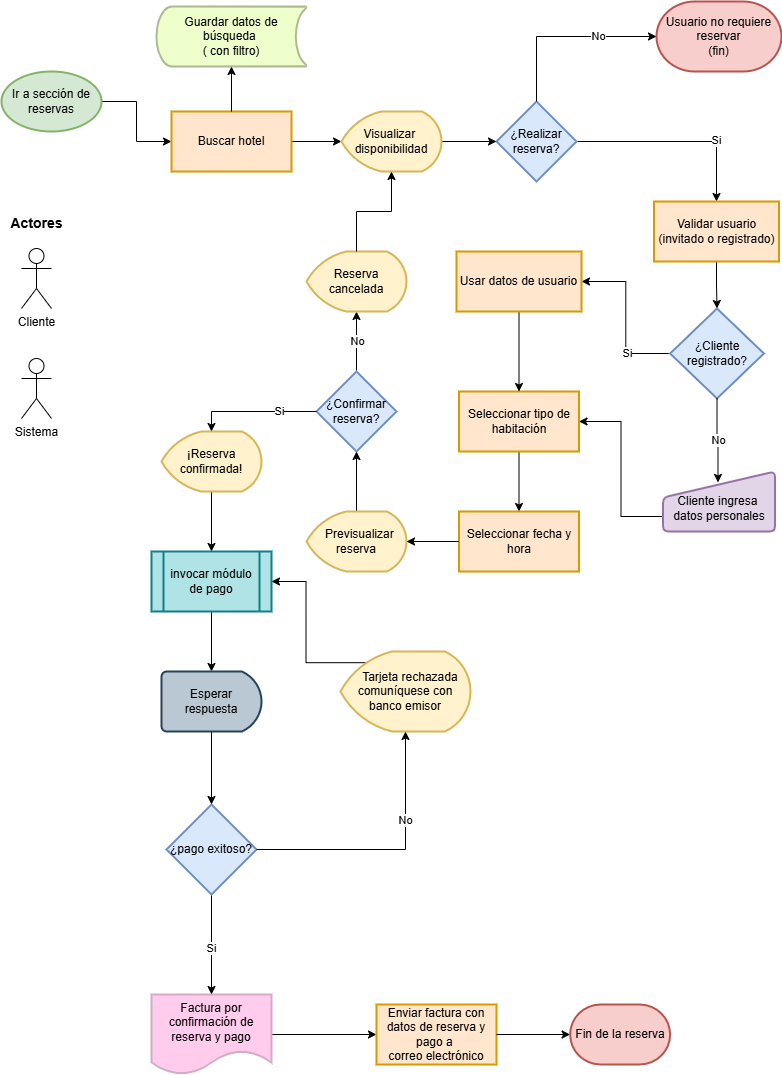
This is Flujograma de reserva de habitación.png from DjGuetta/App-Hotel-Management, a draw.io export, as it was before one commit. Source tidied: cells renumbered, new cells last; positions are measured from the earlier drawing's top-left corner, leaving out a move shared by most shapes.
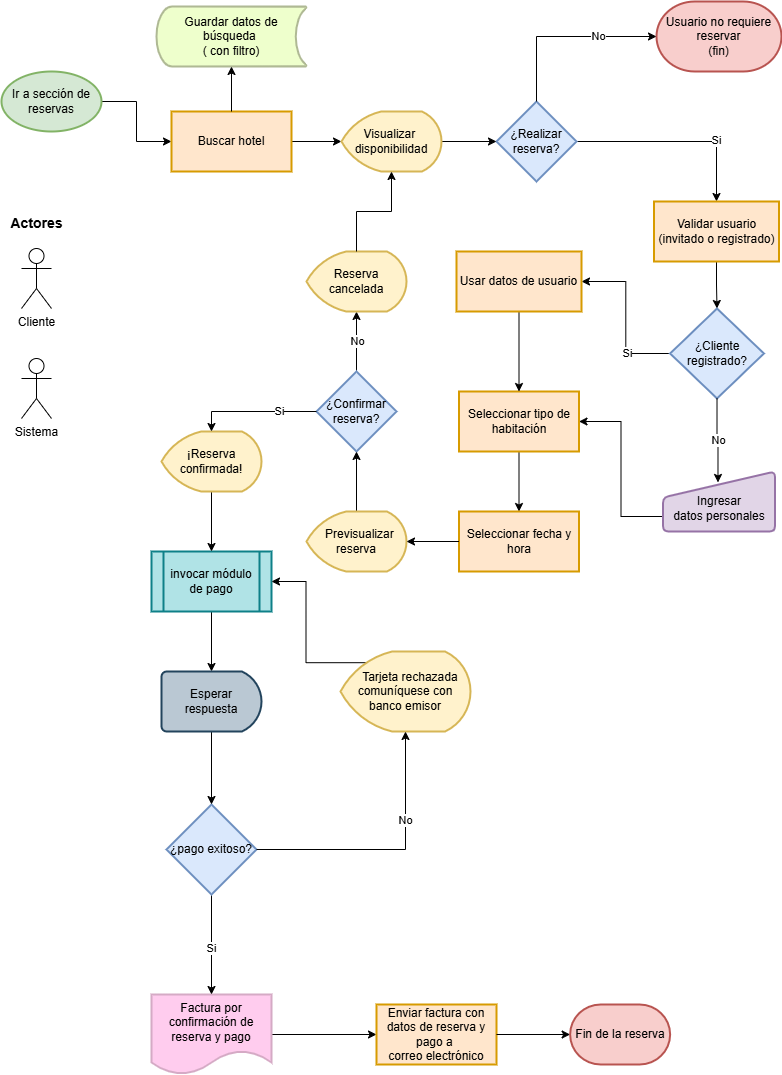
The same file after the commit.

Commit message:
Corrección de descripción

Change to the diagram source:
```diff
@@ -188,7 +188,7 @@
     <mxCell id="59" value="Esperar respuesta" style="strokeWidth=2;html=1;shape=mxgraph.flowchart.delay;whiteSpace=wrap;fillColor=#bac8d3;strokeColor=#23445d;" parent="1" vertex="1">
       <mxGeometry x="160" y="670" width="100" height="60" as="geometry" />
     </mxCell>
-    <mxCell id="60" value="&amp;nbsp;&lt;div&gt;Cliente ingresa&amp;nbsp;&lt;div&gt;datos personales&lt;/div&gt;&lt;/div&gt;" style="html=1;strokeWidth=2;shape=manualInput;whiteSpace=wrap;rounded=1;size=26;arcSize=11;fillColor=#e1d5e7;strokeColor=#9673a6;" parent="1" vertex="1">
+    <mxCell id="60" value="&amp;nbsp;&lt;div&gt;Ingresar&lt;div&gt;datos personales&lt;/div&gt;&lt;/div&gt;" style="html=1;strokeWidth=2;shape=manualInput;whiteSpace=wrap;rounded=1;size=26;arcSize=11;fillColor=#e1d5e7;strokeColor=#9673a6;" parent="1" vertex="1">
       <mxGeometry x="661.5" y="470" width="112" height="60" as="geometry" />
     </mxCell>
   </root>
```
